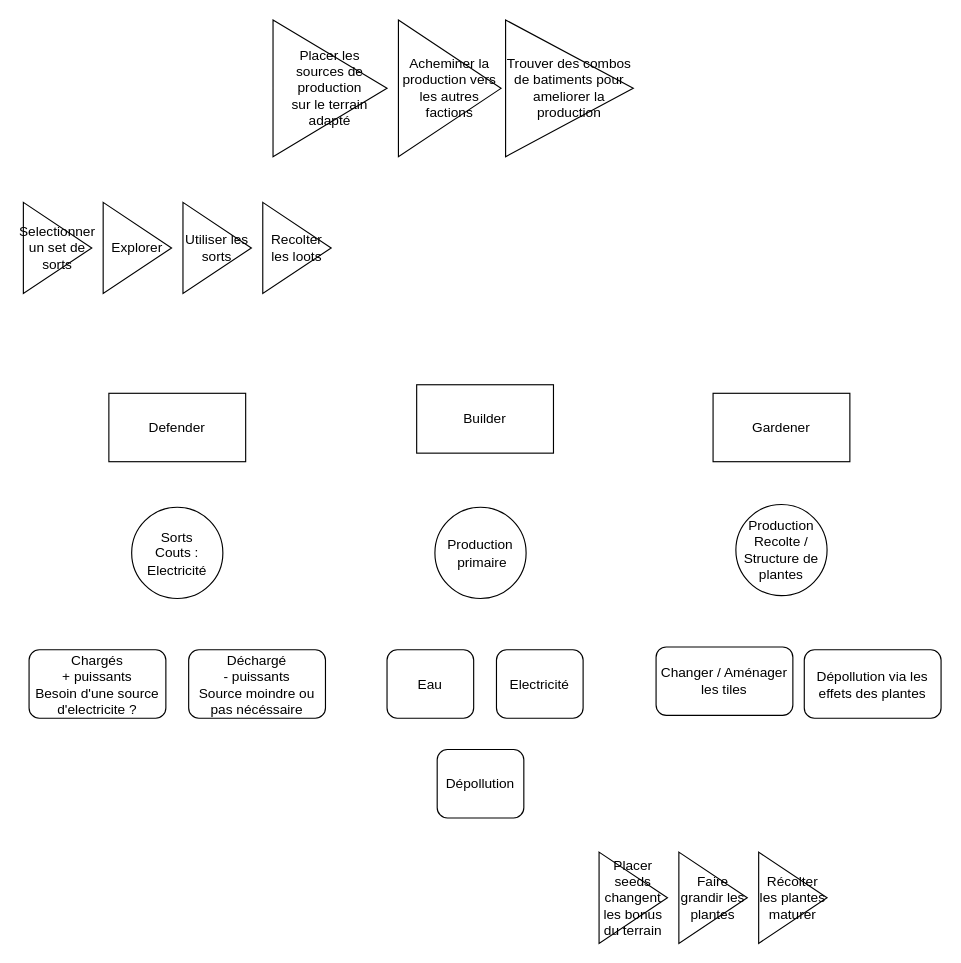
The draw.io diagram Untitled Diagram.drawio in JulienAldon/AsymetricCoop, before the edit. Source tidied: cells renumbered, new cells numbered last; positions are measured from the earlier drawing's top-left corner, leaving out a move shared by most shapes. Both pictures are drawn from the tidied source at 114%, with x=0, y=0 at pixel (23, 19).
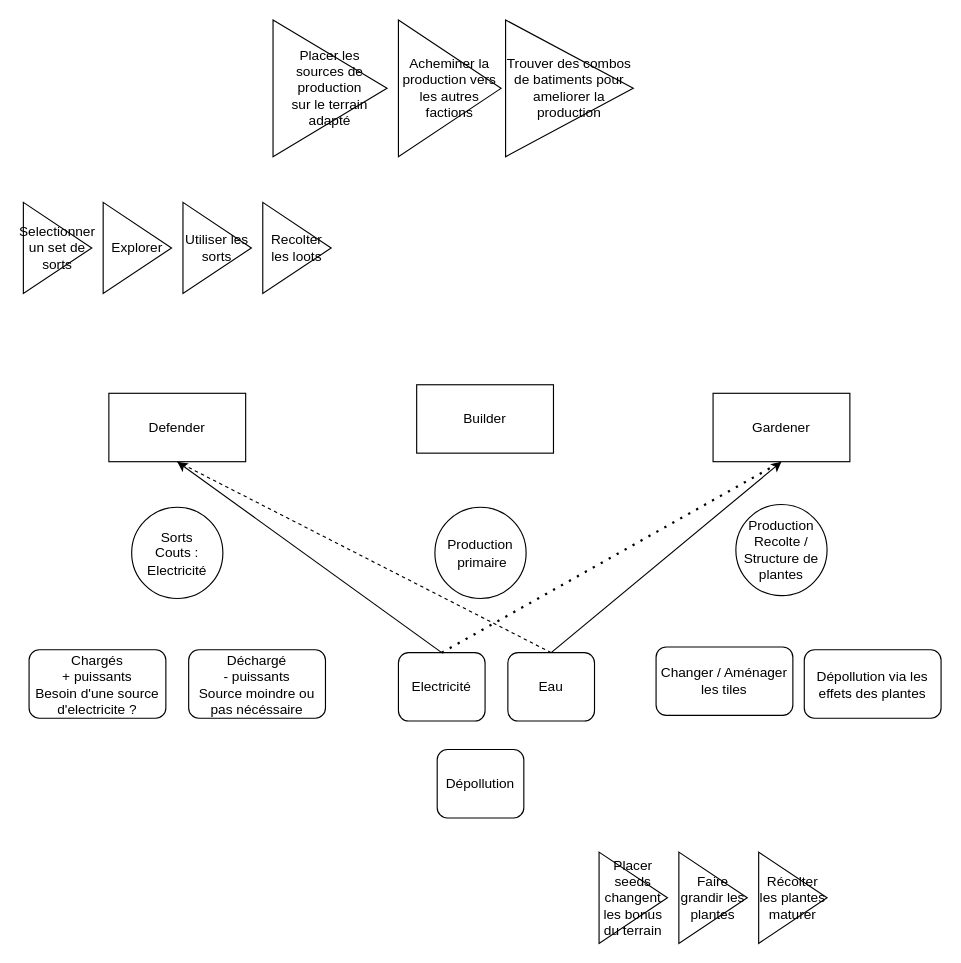
Above is the later version.

Unchanged cells that the change refers to:
```xml
<mxCell id="2" value="Defender" style="rounded=0;whiteSpace=wrap;html=1;" parent="1" vertex="1">
  <mxGeometry x="75" y="327.5" width="120" height="60" as="geometry" />
</mxCell>
<mxCell id="4" value="Gardener" style="rounded=0;whiteSpace=wrap;html=1;" parent="1" vertex="1">
  <mxGeometry x="605" y="327.5" width="120" height="60" as="geometry" />
</mxCell>
```

What changed in the source:
```diff
@@
     <mxCell id="9" value="Eau" style="rounded=1;whiteSpace=wrap;html=1;" parent="1" vertex="1">
-      <mxGeometry x="319" y="552.5" width="76" height="60" as="geometry" />
+      <mxGeometry x="425" y="555" width="76" height="60" as="geometry" />
     </mxCell>
     <mxCell id="10" value="Electricité" style="rounded=1;whiteSpace=wrap;html=1;" parent="1" vertex="1">
-      <mxGeometry x="415" y="552.5" width="76" height="60" as="geometry" />
+      <mxGeometry x="329" y="555" width="76" height="60" as="geometry" />
     </mxCell>
@@
+    <mxCell id="25" style="endArrow=classic;html=1;rounded=0;exitX=0.5;exitY=0;exitDx=0;exitDy=0;entryX=0.5;entryY=1;entryDx=0;entryDy=0;" parent="1" edge="1" source="10" target="2">
+      <mxGeometry relative="1" as="geometry" />
+    </mxCell>
@@
+    <mxCell id="26" style="endArrow=classic;html=1;rounded=0;entryX=0.5;entryY=1;entryDx=0;entryDy=0;exitX=0.5;exitY=0;exitDx=0;exitDy=0;" parent="1" edge="1" source="9" target="4">
+      <mxGeometry relative="1" as="geometry" />
+    </mxCell>
@@
+    <mxCell id="27" style="endArrow=none;dashed=1;html=1;rounded=0;exitX=0.5;exitY=0;exitDx=0;exitDy=0;entryX=0.5;entryY=1;entryDx=0;entryDy=0;" parent="1" edge="1" source="9" target="2">
+      <mxGeometry relative="1" as="geometry" />
+    </mxCell>
@@
+    <mxCell id="28" style="endArrow=none;dashed=1;html=1;dashPattern=1 3;strokeWidth=2;rounded=0;entryX=0.5;entryY=1;entryDx=0;entryDy=0;exitX=0.5;exitY=0;exitDx=0;exitDy=0;" parent="1" edge="1" source="10" target="4">
+      <mxGeometry relative="1" as="geometry" />
+    </mxCell>
```
